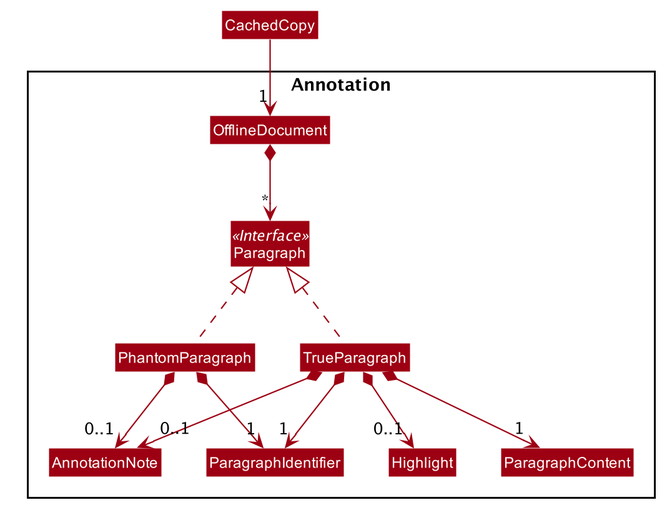
This is docs/images/AnnotationPackageClassDiagram.png from nus-cs2103-AY1920S1/addressbook-level3, a PlantUML export, as it was before one commit.
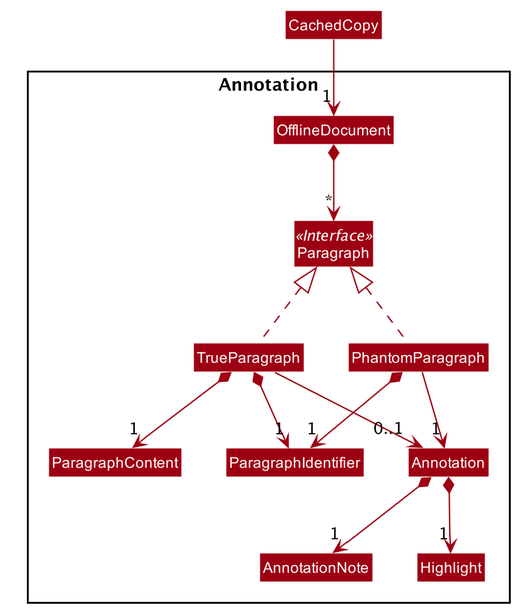
The same diagram one commit later.

The edit, as a diff of the source:
```diff
@@ -53,6 +53,7 @@
 
 Package Annotation {
 Interface Paragraph <<Interface>>
+Class Annotation
 Class AnnotationNote
 Class Highlight
 Class OfflineDocument
@@ -70,12 +71,16 @@
 TrueParagraph .up.|> Paragraph
 PhantomParagraph .up.|> Paragraph
 
+TrueParagraph -[hidden]right-> PhantomParagraph
+
 PhantomParagraph *--> "1" ParagraphIdentifier
-PhantomParagraph *--> "0..1" AnnotationNote
+PhantomParagraph --> "1" Annotation
 
 TrueParagraph *--> "1" ParagraphIdentifier
 TrueParagraph *--> "1" ParagraphContent
-TrueParagraph *--> "0..1" AnnotationNote
-TrueParagraph *--> "0..1" Highlight
+TrueParagraph --> "0..1" Annotation
+
+Annotation *--> "1" AnnotationNote
+Annotation *--> "1" Highlight
 
 @enduml
```
